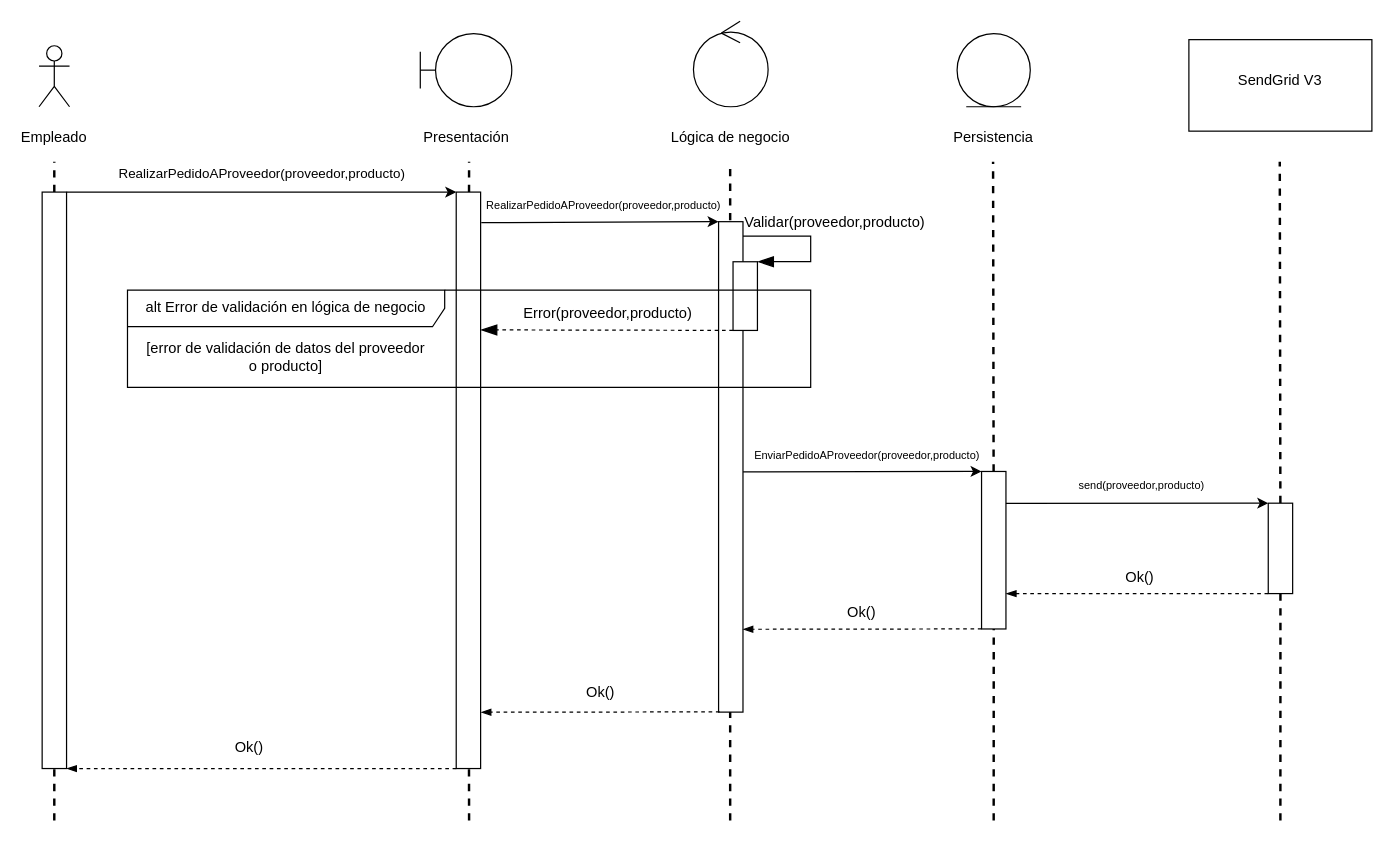
Before: diagramas/diagramas de secuencia/PedidoAProveedor.drawio in felipescalera/Proyecto-IR, a draw.io diagram. Source tidied: cells renumbered, new cells numbered last; positions are measured from the earlier drawing's top-left corner, leaving out a move shared by most shapes. Both pictures are drawn from the tidied source at 122%, with x=0, y=0 at pixel (-234, 21).
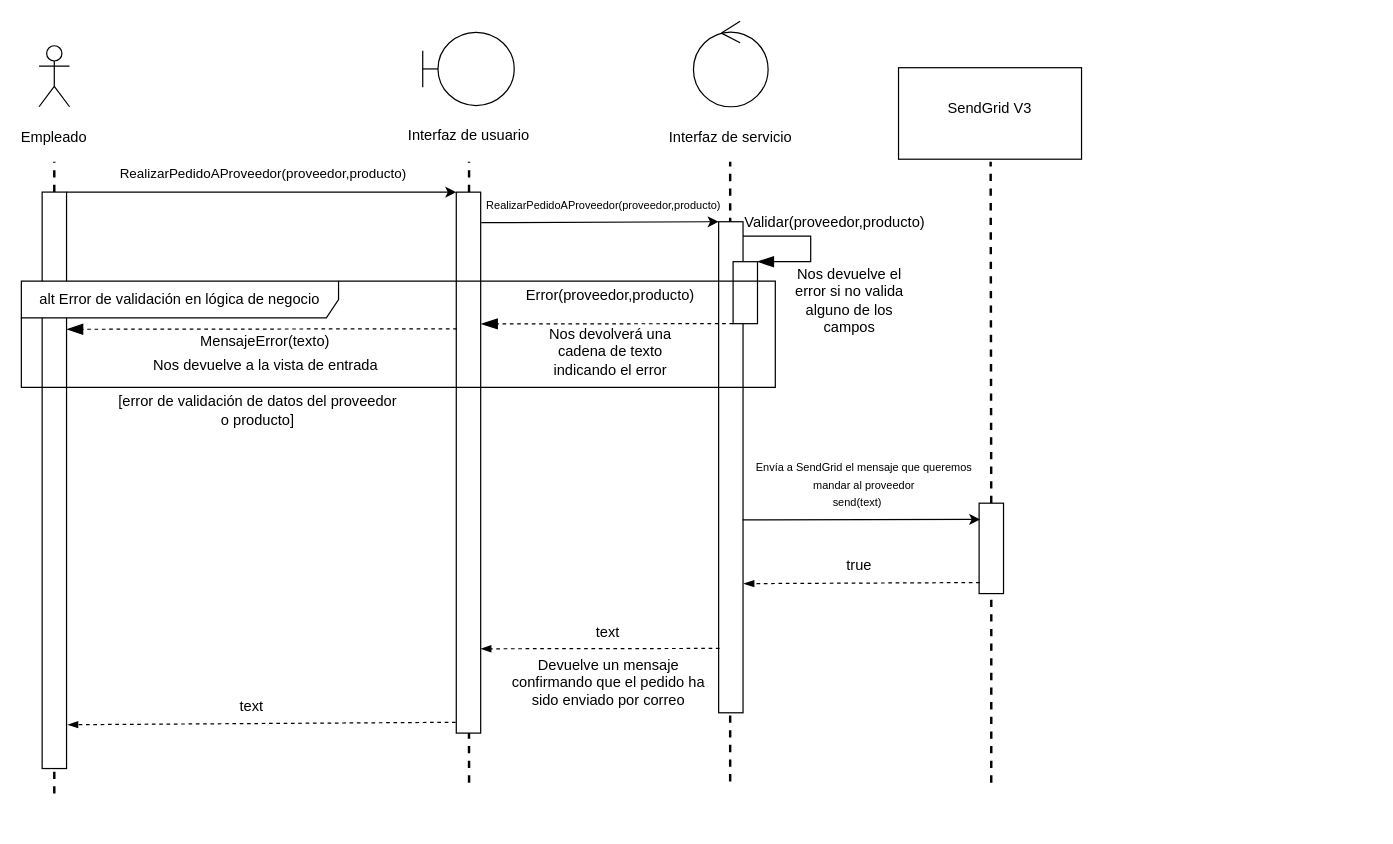
The same page after the edit.

The change refers to these unchanged cells:
```xml
<mxCell id="8" style="group;" parent="1" vertex="1">
  <mxGeometry x="736" width="109" height="105" as="geometry" />
</mxCell>
<mxCell id="22" style="rounded=0;whiteSpace=wrap;html=1;fontColor=none;rotation=90;" parent="1" vertex="1">
  <mxGeometry x="-0.2" y="366.2" width="472.5" height="20" as="geometry" />
</mxCell>
```

Change to the diagram source:
```diff
@@
     <mxCell id="2" style="group;" parent="1" vertex="1">
-      <mxGeometry x="1166" y="15" width="150" height="75" as="geometry" />
+      <mxGeometry x="928" y="38" width="150" height="75" as="geometry" />
     </mxCell>
@@
-    <mxCell id="5" style="group;" parent="1" vertex="1">
-      <mxGeometry x="976" y="10" width="60" height="95" as="geometry" />
-    </mxCell>
-    <mxCell id="6" style="ellipse;shape=umlEntity;whiteSpace=wrap;html=1;" parent="5" vertex="1">
-      <mxGeometry width="60" height="60" as="geometry" />
-    </mxCell>
-    <mxCell id="7" value="Persistencia" style="text;html=1;strokeColor=none;fillColor=none;align=center;verticalAlign=middle;whiteSpace=wrap;rounded=0;fontColor=none;" parent="5" vertex="1">
-      <mxGeometry x="10" y="75" width="40" height="20" as="geometry" />
-    </mxCell>
@@
-    <mxCell id="10" value="Lógica de negocio" style="text;html=1;strokeColor=none;fillColor=none;align=center;verticalAlign=middle;whiteSpace=wrap;rounded=0;fontColor=none;" parent="8" vertex="1">
+    <mxCell id="10" value="Interfaz de servicio" style="text;html=1;strokeColor=none;fillColor=none;align=center;verticalAlign=middle;whiteSpace=wrap;rounded=0;fontColor=none;" parent="8" vertex="1">
       <mxGeometry y="85" width="109" height="20" as="geometry" />
     </mxCell>
     <mxCell id="11" style="group;" parent="1" vertex="1">
-      <mxGeometry x="536" y="10" width="75" height="95" as="geometry" />
+      <mxGeometry x="538" y="9" width="131" height="95" as="geometry" />
     </mxCell>
@@
-    <mxCell id="13" value="Presentación" style="text;html=1;strokeColor=none;fillColor=none;align=center;verticalAlign=middle;whiteSpace=wrap;rounded=0;fontColor=none;" parent="11" vertex="1">
-      <mxGeometry x="17.5" y="75" width="40" height="20" as="geometry" />
+    <mxCell id="13" value="Interfaz de usuario" style="text;html=1;strokeColor=none;fillColor=none;align=center;verticalAlign=middle;whiteSpace=wrap;rounded=0;fontColor=none;" parent="11" vertex="1">
+      <mxGeometry x="-19.2" y="75" width="113.5" height="20" as="geometry" />
     </mxCell>
@@
     <mxCell id="15" style="endArrow=none;dashed=1;html=1;fontColor=none;strokeWidth=2;" parent="1" edge="1">
       <mxGeometry relative="1" as="geometry">
-        <mxPoint x="790" y="655" as="sourcePoint" />
+        <mxPoint x="790" y="623" as="sourcePoint" />
         <mxPoint x="790" y="115" as="targetPoint" />
       </mxGeometry>
     </mxCell>
-    <mxCell id="16" style="endArrow=none;dashed=1;html=1;fontColor=none;strokeWidth=2;" parent="1" edge="1" source="27">
-      <mxGeometry relative="1" as="geometry">
-        <mxPoint x="1005.5" y="115" as="targetPoint" />
-      </mxGeometry>
-    </mxCell>
     <mxCell id="17" style="endArrow=none;dashed=1;html=1;fontColor=none;strokeWidth=2;" parent="1" edge="1" source="29">
       <mxGeometry relative="1" as="geometry">
-        <mxPoint x="1240.5" y="115" as="targetPoint" />
+        <mxPoint x="1003.5" y="115" as="targetPoint" />
       </mxGeometry>
     </mxCell>
@@
     <mxCell id="23" style="endArrow=none;dashed=1;html=1;fontColor=none;strokeWidth=2;" parent="1" edge="1" target="22">
       <mxGeometry relative="1" as="geometry">
-        <mxPoint x="236" y="655" as="sourcePoint" />
+        <mxPoint x="236" y="633" as="sourcePoint" />
       </mxGeometry>
     </mxCell>
     <mxCell id="24" style="rounded=0;whiteSpace=wrap;html=1;fontColor=none;rotation=90;" parent="1" vertex="1">
-      <mxGeometry x="339.2" y="366.2" width="472.5" height="20" as="geometry" />
+      <mxGeometry x="353.8" y="351.7" width="443.4" height="20" as="geometry" />
     </mxCell>
     <mxCell id="25" style="endArrow=none;dashed=1;html=1;fontColor=none;strokeWidth=2;" parent="1" edge="1" target="24">
       <mxGeometry relative="1" as="geometry">
-        <mxPoint x="576" y="655" as="sourcePoint" />
+        <mxPoint x="576" y="624" as="sourcePoint" />
       </mxGeometry>
     </mxCell>
     <mxCell id="26" style="rounded=0;whiteSpace=wrap;html=1;fontColor=none;rotation=90;" parent="1" vertex="1">
-      <mxGeometry x="589.5" y="355.2" width="402" height="20" as="geometry" />
+      <mxGeometry x="589.3" y="355.5" width="402.5" height="20" as="geometry" />
     </mxCell>
-    <mxCell id="27" style="rounded=0;whiteSpace=wrap;html=1;fontColor=none;rotation=90;" parent="1" vertex="1">
-      <mxGeometry x="941.5" y="423.5" width="129.1" height="20" as="geometry" />
-    </mxCell>
-    <mxCell id="28" style="endArrow=none;dashed=1;html=1;fontColor=none;strokeWidth=2;" parent="1" edge="1" target="27">
-      <mxGeometry relative="1" as="geometry">
-        <mxPoint x="1006" y="655" as="sourcePoint" />
-      </mxGeometry>
-    </mxCell>
     <mxCell id="29" style="rounded=0;whiteSpace=wrap;html=1;fontColor=none;rotation=90;" parent="1" vertex="1">
-      <mxGeometry x="1204" y="422" width="74.1" height="20" as="geometry" />
+      <mxGeometry x="967" y="422" width="74.1" height="20" as="geometry" />
     </mxCell>
     <mxCell id="30" style="endArrow=none;dashed=1;html=1;fontColor=none;strokeWidth=2;" parent="1" edge="1" target="29">
       <mxGeometry relative="1" as="geometry">
-        <mxPoint x="1241" y="655" as="sourcePoint" />
+        <mxPoint x="1004" y="624" as="sourcePoint" />
       </mxGeometry>
     </mxCell>
@@
-    <mxCell id="35" style="endArrow=classic;html=1;entryX=0;entryY=1;entryDx=0;entryDy=0;exitX=0.51;exitY=-0.004;exitDx=0;exitDy=0;exitPerimeter=0;" parent="1" edge="1" source="26" target="27">
+    <mxCell id="35" style="endArrow=classic;html=1;entryX=0.179;entryY=0.955;entryDx=0;entryDy=0;exitX=0.607;exitY=0.018;exitDx=0;exitDy=0;exitPerimeter=0;entryPerimeter=0;" parent="1" edge="1" source="26" target="29">
       <mxGeometry relative="1" as="geometry" />
     </mxCell>
-    <mxCell id="36" value="&lt;font style=&quot;font-size: 9px&quot;&gt;EnviarPedidoAProveedor(proveedor,producto)&lt;/font&gt;" style="edgeLabel;html=1;align=center;verticalAlign=middle;" parent="35" vertex="1">
+    <mxCell id="36" value="&lt;font style=&quot;font-size: 9px&quot;&gt;send(text)&lt;/font&gt;" style="edgeLabel;html=1;align=center;verticalAlign=middle;" parent="35" vertex="1">
       <mxGeometry x="0.03" relative="1" as="geometry">
-        <mxPoint x="-0.3" y="-15" as="offset" />
+        <mxPoint x="-7" y="-15" as="offset" />
       </mxGeometry>
     </mxCell>
-    <mxCell id="37" style="endArrow=classic;html=1;exitX=0.202;exitY=0;exitDx=0;exitDy=0;entryX=0;entryY=1;entryDx=0;entryDy=0;exitPerimeter=0;" parent="1" edge="1" source="27" target="29">
-      <mxGeometry relative="1" as="geometry" />
-    </mxCell>
-    <mxCell id="38" value="&lt;font style=&quot;font-size: 9px&quot;&gt;send(proveedor,producto)&lt;/font&gt;" style="edgeLabel;html=1;align=center;verticalAlign=middle;" parent="37" vertex="1">
-      <mxGeometry x="0.03" relative="1" as="geometry">
-        <mxPoint x="-0.3" y="-15" as="offset" />
-      </mxGeometry>
-    </mxCell>
-    <mxCell id="39" style="endArrow=blockThin;html=1;exitX=1;exitY=1;exitDx=0;exitDy=0;endFill=1;dashed=1;entryX=1;entryY=0;entryDx=0;entryDy=0;" parent="1" edge="1">
-      <mxGeometry relative="1" as="geometry">
-        <mxPoint x="565.5" y="612.5" as="sourcePoint" />
-        <mxPoint x="246" y="612.5" as="targetPoint" />
-      </mxGeometry>
+    <mxCell id="39" style="endArrow=blockThin;html=1;exitX=0.98;exitY=1.025;exitDx=0;exitDy=0;endFill=1;dashed=1;entryX=0.924;entryY=-0.05;entryDx=0;entryDy=0;exitPerimeter=0;entryPerimeter=0;" parent="1" edge="1" source="24" target="22">
+      <mxGeometry relative="1" as="geometry" />
     </mxCell>
-    <mxCell id="40" value="Ok()" style="text;html=1;strokeColor=none;fillColor=none;align=center;verticalAlign=middle;whiteSpace=wrap;rounded=0;" parent="1" vertex="1">
-      <mxGeometry x="376" y="585" width="40" height="20" as="geometry" />
-    </mxCell>
     <mxCell id="41" style="endArrow=blockThin;html=1;exitX=1;exitY=1;exitDx=0;exitDy=0;endFill=1;dashed=1;entryX=0.831;entryY=0.006;entryDx=0;entryDy=0;entryPerimeter=0;" parent="1" edge="1">
       <mxGeometry relative="1" as="geometry">
-        <mxPoint x="781.3" y="566" as="sourcePoint" />
-        <mxPoint x="585.7" y="566.3" as="targetPoint" />
+        <mxPoint x="781.3" y="514" as="sourcePoint" />
+        <mxPoint x="585.7" y="514.3" as="targetPoint" />
       </mxGeometry>
     </mxCell>
-    <mxCell id="42" value="Ok()" style="text;html=1;strokeColor=none;fillColor=none;align=center;verticalAlign=middle;whiteSpace=wrap;rounded=0;" parent="1" vertex="1">
-      <mxGeometry x="663.5" y="540" width="40" height="20" as="geometry" />
+    <mxCell id="42" value="text" style="text;html=1;strokeColor=none;fillColor=none;align=center;verticalAlign=middle;whiteSpace=wrap;rounded=0;" parent="1" vertex="1">
+      <mxGeometry x="670" y="491" width="40" height="20" as="geometry" />
     </mxCell>
-    <mxCell id="43" style="endArrow=blockThin;html=1;exitX=1;exitY=1;exitDx=0;exitDy=0;endFill=1;dashed=1;entryX=0.831;entryY=0.006;entryDx=0;entryDy=0;entryPerimeter=0;" parent="1" edge="1">
+    <mxCell id="43" style="endArrow=blockThin;html=1;exitX=1;exitY=1;exitDx=0;exitDy=0;endFill=1;dashed=1;entryX=0.737;entryY=-0.035;entryDx=0;entryDy=0;entryPerimeter=0;" parent="1" edge="1" target="26">
       <mxGeometry relative="1" as="geometry">
-        <mxPoint x="996" y="498" as="sourcePoint" />
-        <mxPoint x="800.4" y="498.3" as="targetPoint" />
+        <mxPoint x="994.6" y="460" as="sourcePoint" />
       </mxGeometry>
     </mxCell>
-    <mxCell id="44" value="Ok()" style="text;html=1;strokeColor=none;fillColor=none;align=center;verticalAlign=middle;whiteSpace=wrap;rounded=0;" parent="1" vertex="1">
-      <mxGeometry x="878" y="475" width="40" height="20" as="geometry" />
+    <mxCell id="44" value="true" style="text;html=1;strokeColor=none;fillColor=none;align=center;verticalAlign=middle;whiteSpace=wrap;rounded=0;" parent="1" vertex="1">
+      <mxGeometry x="876" y="436" width="40" height="20" as="geometry" />
     </mxCell>
-    <mxCell id="45" style="endArrow=blockThin;html=1;exitX=1;exitY=1;exitDx=0;exitDy=0;endFill=1;dashed=1;entryX=0.776;entryY=-0.008;entryDx=0;entryDy=0;entryPerimeter=0;" parent="1" edge="1">
-      <mxGeometry relative="1" as="geometry">
-        <mxPoint x="1231" y="469" as="sourcePoint" />
-        <mxPoint x="1016.2" y="469.1" as="targetPoint" />
-      </mxGeometry>
-    </mxCell>
-    <mxCell id="46" value="Ok()" style="text;html=1;strokeColor=none;fillColor=none;align=center;verticalAlign=middle;whiteSpace=wrap;rounded=0;" parent="1" vertex="1">
-      <mxGeometry x="1106" y="446" width="40" height="20" as="geometry" />
-    </mxCell>
     <mxCell id="47" style="rounded=0;whiteSpace=wrap;html=1;fontColor=none;rotation=90;" parent="1" vertex="1">
-      <mxGeometry x="774.2" y="215.2" width="56.3" height="20" as="geometry" />
+      <mxGeometry x="777" y="212.4" width="50.8" height="20" as="geometry" />
     </mxCell>
@@
     <mxCell id="50" value="alt Error de validación en lógica de negocio" style="shape=umlFrame;whiteSpace=wrap;html=1;width=260;height=30;" parent="1" vertex="1">
-      <mxGeometry x="296" y="220.3" width="560" height="79.8" as="geometry" />
+      <mxGeometry x="209" y="213" width="618" height="87.1" as="geometry" />
     </mxCell>
-    <mxCell id="51" value="Error(proveedor,producto)" style="text;html=1;strokeColor=none;fillColor=none;align=center;verticalAlign=middle;whiteSpace=wrap;rounded=0;" parent="1" vertex="1">
-      <mxGeometry x="670" y="230.2" width="40" height="20" as="geometry" />
+    <mxCell id="51" value="MensajeError(texto)" style="text;html=1;strokeColor=none;fillColor=none;align=center;verticalAlign=middle;whiteSpace=wrap;rounded=0;" parent="1" vertex="1">
+      <mxGeometry x="389" y="253" width="40" height="20" as="geometry" />
     </mxCell>
     <mxCell id="52" value="[error de validación de datos del proveedor o producto]" style="text;html=1;strokeColor=none;fillColor=none;align=center;verticalAlign=middle;whiteSpace=wrap;rounded=0;" parent="1" vertex="1">
-      <mxGeometry x="306" y="265" width="240" height="20" as="geometry" />
+      <mxGeometry x="283" y="309" width="240" height="20" as="geometry" />
     </mxCell>
+    <mxCell id="54" value="Nos devuelve a la vista de entrada" style="text;html=1;align=center;verticalAlign=middle;" parent="1" vertex="1">
+      <mxGeometry x="312" y="273" width="194" height="18" as="geometry" />
+    </mxCell>
+    <mxCell id="55" value="&lt;span style=&quot;font-size: 9px&quot;&gt;Envía a SendGrid el mensaje que queremos mandar al proveedor&lt;/span&gt;" style="text;html=1;strokeColor=none;fillColor=none;align=center;verticalAlign=middle;whiteSpace=wrap;rounded=0;" parent="1" vertex="1">
+      <mxGeometry x="803" y="362" width="194" height="20" as="geometry" />
+    </mxCell>
+    <mxCell id="56" value="Devuelve un mensaje confirmando que el pedido ha sido enviado por correo" style="text;html=1;strokeColor=none;fillColor=none;align=center;verticalAlign=middle;whiteSpace=wrap;rounded=0;" parent="1" vertex="1">
+      <mxGeometry x="603.5" y="532" width="173" height="20" as="geometry" />
+    </mxCell>
+    <mxCell id="57" value="text" style="text;html=1;strokeColor=none;fillColor=none;align=center;verticalAlign=middle;whiteSpace=wrap;rounded=0;" parent="1" vertex="1">
+      <mxGeometry x="378" y="552" width="40" height="20" as="geometry" />
+    </mxCell>
-    <mxCell id="53" style="endArrow=blockThin;html=1;strokeWidth=1;fontColor=none;endFill=1;endSize=11;exitX=1;exitY=1;exitDx=0;exitDy=0;entryX=0.239;entryY=-0.006;entryDx=0;entryDy=0;entryPerimeter=0;dashed=1;" parent="1" edge="1">
+    <mxCell id="53" style="endArrow=blockThin;html=1;strokeWidth=1;fontColor=none;endFill=1;endSize=11;dashed=1;entryX=0.238;entryY=-0.006;entryDx=0;entryDy=0;entryPerimeter=0;" parent="1" edge="1" target="22">
       <mxGeometry relative="1" as="geometry">
-        <mxPoint x="792.3" y="253.3" as="sourcePoint" />
-        <mxPoint x="585.6" y="252.9" as="targetPoint" />
+        <mxPoint x="566" y="252" as="sourcePoint" />
       </mxGeometry>
     </mxCell>
+    <mxCell id="58" value="Error(proveedor,producto)" style="text;html=1;strokeColor=none;fillColor=none;align=center;verticalAlign=middle;whiteSpace=wrap;rounded=0;" parent="1" vertex="1">
+      <mxGeometry x="672" y="215.2" width="40" height="20" as="geometry" />
+    </mxCell>
+    <mxCell id="59" style="endArrow=blockThin;html=1;strokeWidth=1;fontColor=none;endFill=1;endSize=11;dashed=1;exitX=1;exitY=1;exitDx=0;exitDy=0;" parent="1" edge="1" source="47">
+      <mxGeometry relative="1" as="geometry">
+        <mxPoint x="586" y="248" as="targetPoint" />
+      </mxGeometry>
+    </mxCell>
+    <mxCell id="60" value="Nos devuelve el error si no valida alguno de los campos" style="text;html=1;strokeColor=none;fillColor=none;align=center;verticalAlign=middle;whiteSpace=wrap;rounded=0;" parent="1" vertex="1">
+      <mxGeometry x="839" y="219" width="98" height="20" as="geometry" />
+    </mxCell>
+    <mxCell id="61" value="Nos devolverá una cadena de texto indicando el error" style="text;html=1;strokeColor=none;fillColor=none;align=center;verticalAlign=middle;whiteSpace=wrap;rounded=0;" parent="1" vertex="1">
+      <mxGeometry x="636" y="261" width="112" height="20" as="geometry" />
+    </mxCell>
```
